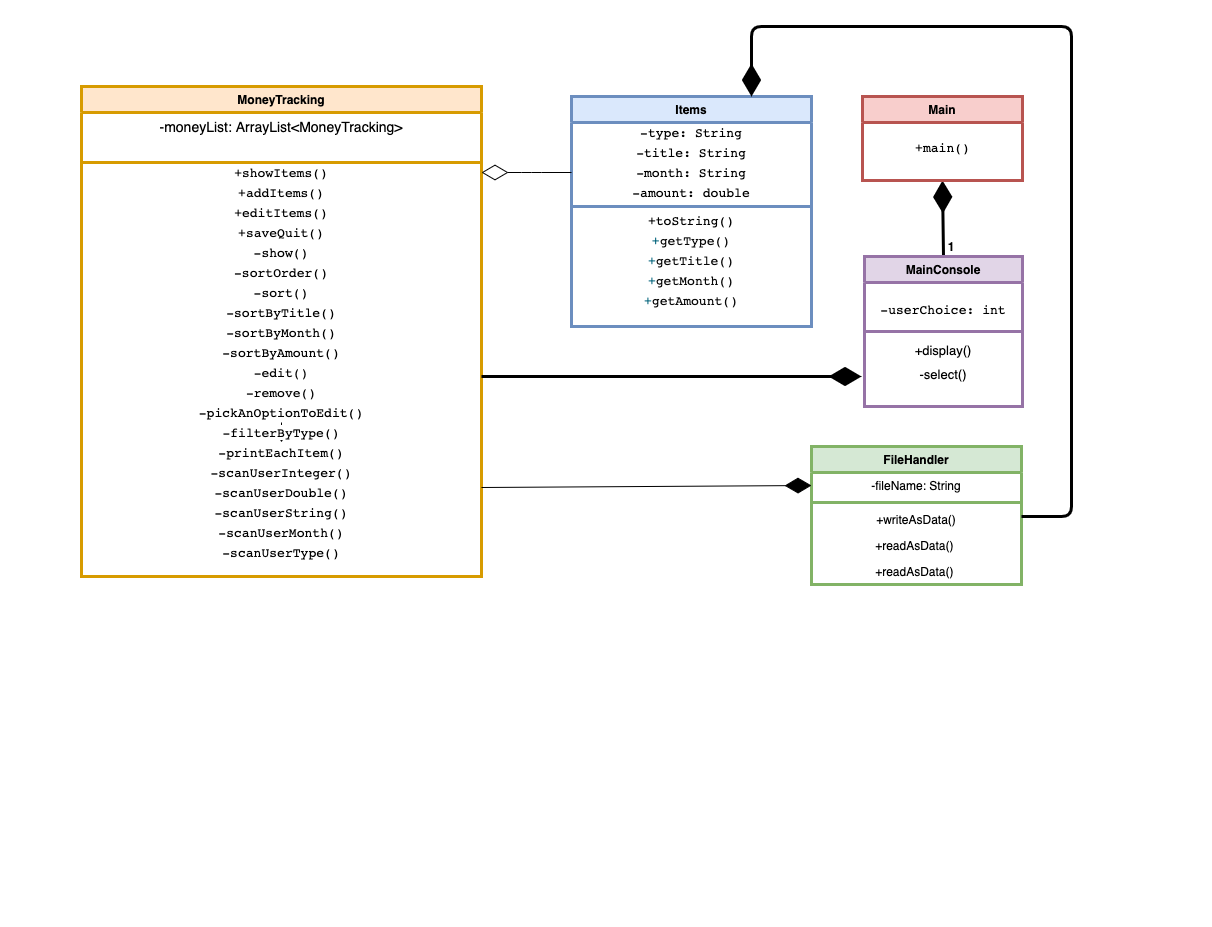
The draw.io diagram documentation/classDiagram.png in eu-snehagupta/MoneyTracking, before a commit. Source tidied: cells renumbered, new cells last; positions are measured from the earlier drawing's top-left corner, leaving out a move shared by most shapes.
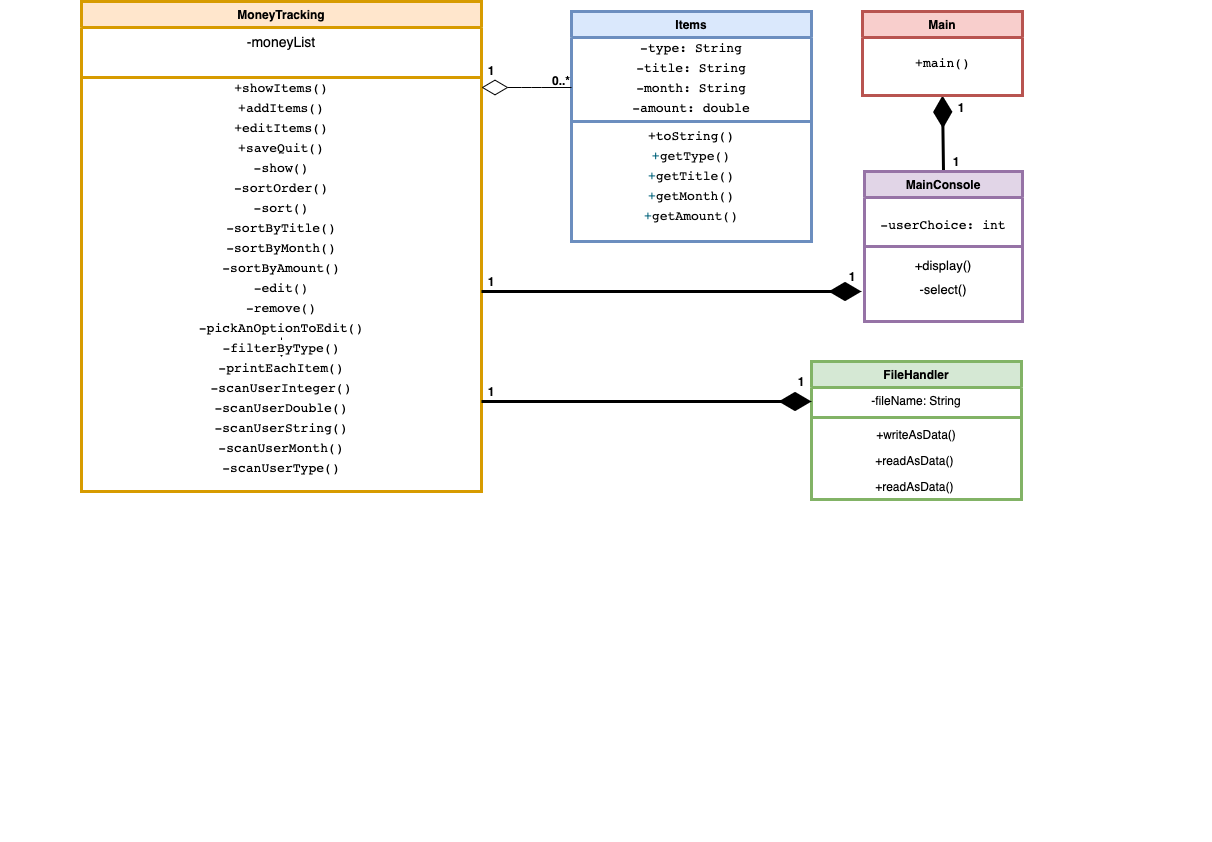
Above is the later version.

Commit message:
Add classDiagram- added UML cardinality symbols

Diff of the diagram source:
```diff
@@ -11,7 +11,7 @@
     <mxCell id="4" value="MoneyTracking" style="swimlane;fontStyle=1;align=center;verticalAlign=top;horizontal=1;startSize=26;rounded=0;shadow=0;strokeWidth=3;fillColor=#ffe6cc;strokeColor=#d79b00;" parent="1" vertex="1">
       <mxGeometry x="80" y="60" width="400" height="490" as="geometry" />
     </mxCell>
-    <mxCell id="5" value="-moneyList: ArrayList&lt;MoneyTracking&gt;" style="text;align=center;verticalAlign=top;spacingLeft=4;spacingRight=4;overflow=hidden;rounded=0;shadow=0;html=0;strokeWidth=5;fontSize=14;" parent="4" vertex="1">
+    <mxCell id="5" value="-moneyList" style="text;align=center;verticalAlign=top;spacingLeft=4;spacingRight=4;overflow=hidden;rounded=0;shadow=0;html=0;strokeWidth=5;fontSize=14;" parent="4" vertex="1">
       <mxGeometry y="26" width="400" height="30" as="geometry" />
     </mxCell>
     <mxCell id="6" value="&lt;pre style=&quot;background-color: rgb(255 , 255 , 255) ; font-family: &amp;#34;jetbrains mono&amp;#34; , monospace ; font-size: 9.8pt&quot;&gt;&lt;br&gt;&lt;/pre&gt;" style="text;html=1;strokeColor=none;fillColor=none;align=center;verticalAlign=middle;whiteSpace=wrap;rounded=0;strokeWidth=3;" parent="4" vertex="1">
@@ -170,21 +170,8 @@
       <mxGeometry x="540" y="870" width="490" height="20" as="geometry" />
     </mxCell>
     <mxCell id="56" value="&lt;b&gt;1&lt;/b&gt;" style="text;html=1;strokeColor=none;fillColor=none;align=center;verticalAlign=middle;whiteSpace=wrap;rounded=0;" parent="1" vertex="1">
-      <mxGeometry x="930" y="210" width="40" height="20" as="geometry" />
+      <mxGeometry x="940" y="210" width="30" height="20" as="geometry" />
     </mxCell>
-    <mxCell id="57" style="endArrow=diamondThin;endFill=1;endSize=24;html=1;exitX=1;exitY=0.25;exitDx=0;exitDy=0;entryX=0;entryY=0.5;entryDx=0;entryDy=0;" parent="1" edge="1" source="25" target="32">
-      <mxGeometry relative="1" as="geometry" />
-    </mxCell>
-    <mxCell id="58" style="endArrow=diamondThin;endFill=1;endSize=24;html=1;strokeWidth=3;fontSize=14;fontColor=#000000;jumpStyle=sharp;entryX=0.75;entryY=0;entryDx=0;entryDy=0;" parent="1" edge="1" target="40">
-      <mxGeometry relative="1" as="geometry">
-        <mxPoint x="1020" y="490" as="sourcePoint" />
-        <Array as="points">
-          <mxPoint x="1070" y="490" />
-          <mxPoint x="1070" />
-          <mxPoint x="750" />
-        </Array>
-      </mxGeometry>
-    </mxCell>
     <mxCell id="59" style="endArrow=diamondThin;endFill=0;endSize=24;html=1;entryX=1;entryY=0.5;entryDx=0;entryDy=0;exitX=0;exitY=0.5;exitDx=0;exitDy=0;" parent="1" edge="1" source="43" target="8">
       <mxGeometry relative="1" as="geometry">
         <Array as="points">
@@ -192,5 +179,32 @@
         </Array>
       </mxGeometry>
     </mxCell>
+    <mxCell id="60" value="&lt;b&gt;1&lt;/b&gt;" style="text;html=1;strokeColor=none;fillColor=none;align=center;verticalAlign=middle;whiteSpace=wrap;rounded=0;" parent="1" vertex="1">
+      <mxGeometry x="950" y="154" width="20" height="24" as="geometry" />
+    </mxCell>
+    <mxCell id="61" value="&lt;b&gt;1&lt;/b&gt;" style="text;html=1;strokeColor=none;fillColor=none;align=center;verticalAlign=middle;whiteSpace=wrap;rounded=0;" parent="1" vertex="1">
+      <mxGeometry x="841" y="330" width="20" height="10" as="geometry" />
+    </mxCell>
+    <mxCell id="62" value="&lt;b&gt;1&lt;/b&gt;" style="text;html=1;strokeColor=none;fillColor=none;align=center;verticalAlign=middle;whiteSpace=wrap;rounded=0;" parent="1" vertex="1">
+      <mxGeometry x="480" y="330" width="20" height="20" as="geometry" />
+    </mxCell>
+    <mxCell id="63" value="&lt;b&gt;1&lt;/b&gt;" style="text;html=1;strokeColor=none;fillColor=none;align=center;verticalAlign=middle;whiteSpace=wrap;rounded=0;" parent="1" vertex="1">
+      <mxGeometry x="790" y="435" width="20" height="10" as="geometry" />
+    </mxCell>
+    <mxCell id="64" style="endArrow=diamondThin;endFill=1;endSize=24;html=1;strokeWidth=3;fontSize=14;fontColor=#000000;" parent="1" edge="1">
+      <mxGeometry relative="1" as="geometry">
+        <mxPoint x="480" y="460" as="sourcePoint" />
+        <mxPoint x="810" y="460" as="targetPoint" />
+      </mxGeometry>
+    </mxCell>
+    <mxCell id="65" value="&lt;b&gt;1&lt;/b&gt;" style="text;html=1;strokeColor=none;fillColor=none;align=center;verticalAlign=middle;whiteSpace=wrap;rounded=0;" parent="1" vertex="1">
+      <mxGeometry x="480" y="445" width="20" height="10" as="geometry" />
+    </mxCell>
+    <mxCell id="66" value="&lt;b&gt;1&lt;/b&gt;" style="text;html=1;strokeColor=none;fillColor=none;align=center;verticalAlign=middle;whiteSpace=wrap;rounded=0;" parent="1" vertex="1">
+      <mxGeometry x="480" y="124" width="20" height="10" as="geometry" />
+    </mxCell>
+    <mxCell id="67" value="&lt;b&gt;0..*&lt;/b&gt;" style="text;html=1;strokeColor=none;fillColor=none;align=center;verticalAlign=middle;whiteSpace=wrap;rounded=0;" parent="1" vertex="1">
+      <mxGeometry x="550" y="134" width="20" height="10" as="geometry" />
+    </mxCell>
   </root>
 </mxGraphModel>
```
